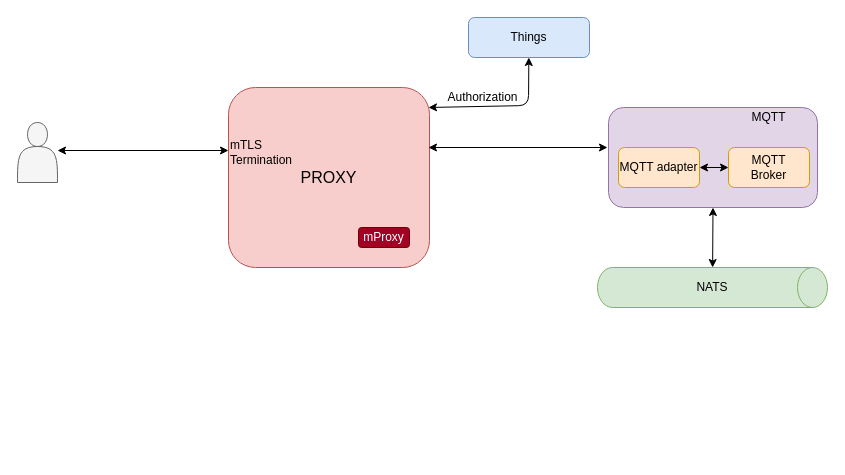
blokovi/docs keeps this draw.io diagram as docs/img/proxy.drawio. Above is the earlier version. Source tidied: cells renumbered, new cells numbered last; positions are measured from the earlier drawing's top-left corner, leaving out a move shared by most shapes. Both pictures are drawn from the tidied source at 100%, with x=0, y=0 at pixel (17, 17).
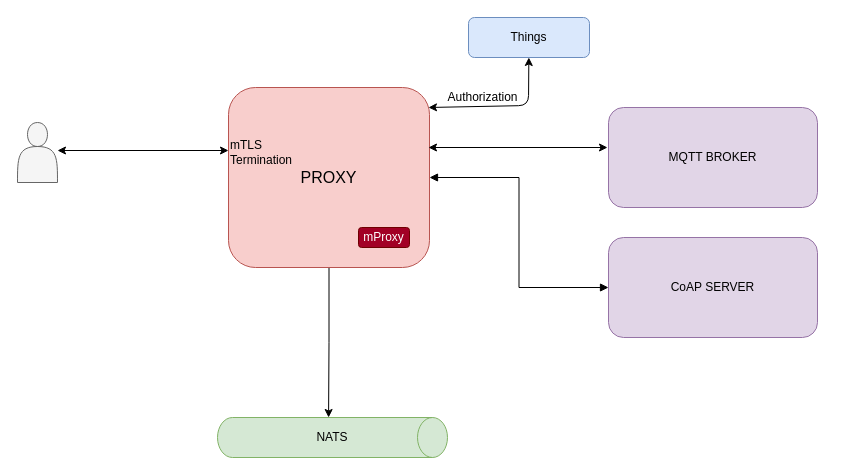
The same diagram, later.

Unchanged cells that the change refers to:
```xml
<mxCell id="2" value="&lt;font style=&quot;font-size: 16px&quot;&gt;PROXY&lt;/font&gt;" style="rounded=1;whiteSpace=wrap;html=1;fontSize=12;glass=0;strokeWidth=1;shadow=0;fillColor=#f8cecc;strokeColor=#b85450;" parent="1" vertex="1">
  <mxGeometry x="211" y="70" width="201" height="180" as="geometry" />
</mxCell>
```

The edit, as a diff of the source:
```diff
@@
+    <mxCell id="18" style="edgeStyle=orthogonalEdgeStyle;rounded=0;jettySize=auto;html=1;entryX=0;entryY=0.5;entryDx=0;entryDy=0;startArrow=block;startFill=1;endArrow=block;endFill=1;" parent="1" edge="1" source="2" target="20">
+      <mxGeometry relative="1" as="geometry" />
+    </mxCell>
+    <mxCell id="19" style="edgeStyle=orthogonalEdgeStyle;rounded=0;jettySize=auto;html=1;entryX=0;entryY=0.517;entryDx=0;entryDy=0;entryPerimeter=0;" parent="1" edge="1" source="2" target="10">
+      <mxGeometry relative="1" as="geometry" />
+    </mxCell>
@@
-    <mxCell id="6" style="rounded=1;whiteSpace=wrap;html=1;align=left;fillColor=#e1d5e7;strokeColor=#9673a6;" parent="1" vertex="1">
+    <mxCell id="6" value="MQTT BROKER" style="rounded=1;whiteSpace=wrap;html=1;align=center;fillColor=#e1d5e7;strokeColor=#9673a6;" parent="1" vertex="1">
       <mxGeometry x="591" y="90" width="209" height="100" as="geometry" />
     </mxCell>
-    <mxCell id="7" value="MQTT adapter" style="rounded=1;whiteSpace=wrap;html=1;fillColor=#ffe6cc;strokeColor=#d79b00;" parent="1" vertex="1">
-      <mxGeometry x="601" y="130" width="81" height="40" as="geometry" />
-    </mxCell>
-    <mxCell id="8" value="MQTT" style="text;html=1;strokeColor=none;fillColor=none;align=center;verticalAlign=middle;whiteSpace=wrap;rounded=0;" parent="1" vertex="1">
-      <mxGeometry x="731" y="90" width="41" height="20" as="geometry" />
-    </mxCell>
-    <mxCell id="9" value="MQTT&lt;br&gt;Broker" style="rounded=1;whiteSpace=wrap;html=1;fillColor=#ffe6cc;strokeColor=#d79b00;" parent="1" vertex="1">
-      <mxGeometry x="711" y="130" width="81" height="40" as="geometry" />
-    </mxCell>
     <mxCell id="10" value="NATS" style="shape=cylinder2;whiteSpace=wrap;html=1;boundedLbl=1;backgroundOutline=1;size=15;direction=south;fillColor=#d5e8d4;strokeColor=#82b366;" parent="1" vertex="1">
-      <mxGeometry x="580" y="250" width="230" height="40" as="geometry" />
+      <mxGeometry x="200" y="400" width="230" height="40" as="geometry" />
     </mxCell>
-    <mxCell id="11" style="endArrow=classic;startArrow=classic;html=1;exitX=0.5;exitY=1;exitDx=0;exitDy=0;" parent="1" edge="1" source="6" target="10">
-      <mxGeometry relative="1" as="geometry" />
-    </mxCell>
@@
-    <mxCell id="13" style="endArrow=classic;startArrow=classic;html=1;entryX=0;entryY=0.5;entryDx=0;entryDy=0;exitX=1;exitY=0.5;exitDx=0;exitDy=0;" parent="1" edge="1" source="7" target="9">
-      <mxGeometry relative="1" as="geometry" />
-    </mxCell>
@@
+    <mxCell id="20" value="CoAP SERVER" style="rounded=1;whiteSpace=wrap;html=1;align=center;fillColor=#e1d5e7;strokeColor=#9673a6;" parent="1" vertex="1">
+      <mxGeometry x="591" y="220" width="209" height="100" as="geometry" />
+    </mxCell>
```
